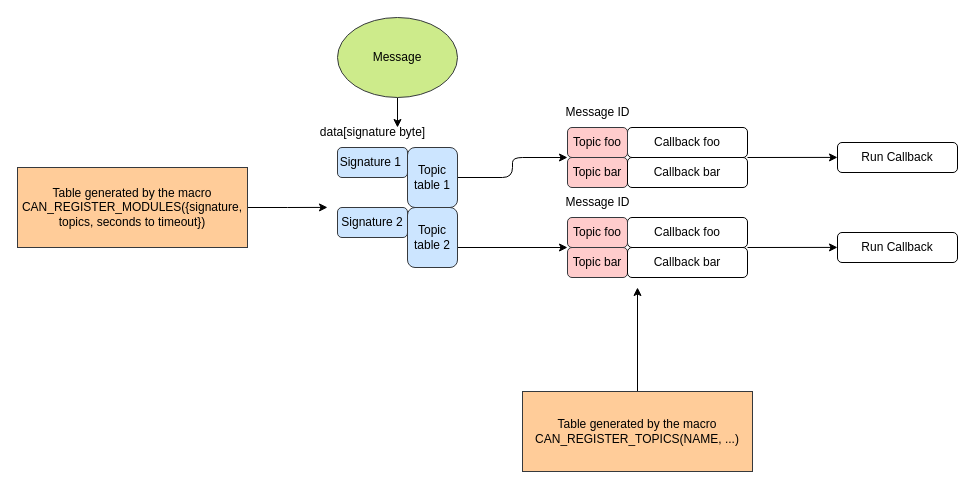
Above: doc/CanParser.drawio in ZeniteSolar/CAN_PARSER (draw.io), before the change. Source tidied: cells renumbered, new cells numbered last; positions are measured from the earlier drawing's top-left corner, leaving out a move shared by most shapes. Both pictures are drawn from the tidied source at 100%, with x=0, y=0 at pixel (17, 17).
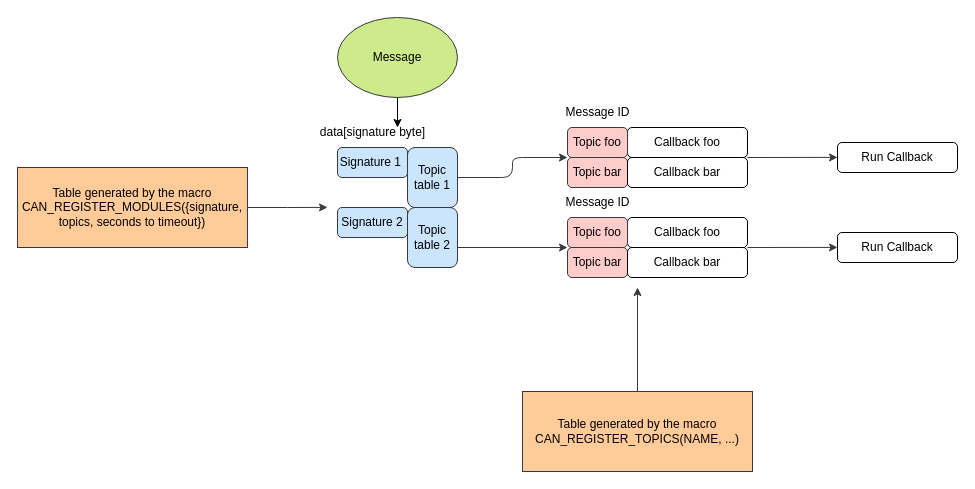
After the change.

Commit message (it also covers changes not shown here):
fix arrow colors of the diagram, for better look in dark themes

The change refers to these unchanged cells:
```xml
<mxCell id="7" value="&lt;div&gt;Table generated by the macro&lt;/div&gt;&lt;div&gt;CAN_REGISTER_MODULES({signature, topics, seconds to timeout})&lt;/div&gt;" style="rounded=0;whiteSpace=wrap;html=1;fillColor=#ffcc99;strokeColor=#36393d;" parent="1" vertex="1">
  <mxGeometry y="150" width="230" height="80" as="geometry" />
</mxCell>
<mxCell id="10" value="&lt;div&gt;Table generated by the macro&lt;/div&gt;CAN_REGISTER_TOPICS(NAME, ...) " style="rounded=0;whiteSpace=wrap;html=1;fillColor=#ffcc99;strokeColor=#36393d;" parent="1" vertex="1">
  <mxGeometry x="505" y="374" width="230" height="80" as="geometry" />
</mxCell>
<mxCell id="13" value="Callback bar" style="rounded=1;whiteSpace=wrap;html=1;" parent="1" vertex="1">
  <mxGeometry x="610" y="230" width="120" height="30" as="geometry" />
</mxCell>
<mxCell id="18" value="Topic table 1" style="rounded=1;whiteSpace=wrap;html=1;fillColor=#cce5ff;strokeColor=#36393d;" parent="1" vertex="1">
  <mxGeometry x="390" y="130" width="50" height="60" as="geometry" />
</mxCell>
<mxCell id="20" value="Topic foo" style="rounded=1;whiteSpace=wrap;html=1;fillColor=#ffcccc;strokeColor=#36393d;" parent="1" vertex="1">
  <mxGeometry x="550" y="200" width="60" height="30" as="geometry" />
</mxCell>
<mxCell id="25" value="Callback bar" style="rounded=1;whiteSpace=wrap;html=1;" parent="1" vertex="1">
  <mxGeometry x="610" y="140" width="120" height="30" as="geometry" />
</mxCell>
<mxCell id="27" value="Topic foo" style="rounded=1;whiteSpace=wrap;html=1;fillColor=#ffcccc;strokeColor=#36393d;" parent="1" vertex="1">
  <mxGeometry x="550" y="110" width="60" height="30" as="geometry" />
</mxCell>
```

Diff of the diagram source:
```diff
@@
-    <mxCell id="5" style="edgeStyle=orthogonalEdgeStyle;rounded=0;jettySize=auto;html=1;exitX=1;exitY=0.5;exitDx=0;exitDy=0;entryX=0;entryY=1;entryDx=0;entryDy=0;" parent="1" edge="1" target="20">
+    <mxCell id="5" style="edgeStyle=orthogonalEdgeStyle;rounded=0;jettySize=auto;html=1;exitX=1;exitY=0.5;exitDx=0;exitDy=0;entryX=0;entryY=1;entryDx=0;entryDy=0;fillColor=#cdeb8b;strokeColor=#36393d;" parent="1" edge="1" target="20">
       <mxGeometry relative="1" as="geometry">
         <mxPoint x="440" y="205" as="sourcePoint" />
         <Array as="points">
           <mxPoint x="440" y="230" />
         </Array>
       </mxGeometry>
     </mxCell>
-    <mxCell id="6" style="edgeStyle=orthogonalEdgeStyle;rounded=0;jettySize=auto;html=1;exitX=1;exitY=0.5;exitDx=0;exitDy=0;" parent="1" edge="1" source="7">
+    <mxCell id="6" style="edgeStyle=orthogonalEdgeStyle;rounded=0;jettySize=auto;html=1;exitX=1;exitY=0.5;exitDx=0;exitDy=0;fillColor=#cdeb8b;strokeColor=#36393d;" parent="1" edge="1" source="7">
       <mxGeometry relative="1" as="geometry">
         <mxPoint x="310" y="189.9" as="targetPoint" />
       </mxGeometry>
     </mxCell>
@@
-    <mxCell id="9" style="edgeStyle=orthogonalEdgeStyle;rounded=0;jettySize=auto;html=1;exitX=0.5;exitY=0;exitDx=0;exitDy=0;" parent="1" edge="1" source="10">
+    <mxCell id="9" style="edgeStyle=orthogonalEdgeStyle;rounded=0;jettySize=auto;html=1;exitX=0.5;exitY=0;exitDx=0;exitDy=0;fillColor=#cdeb8b;strokeColor=#36393d;" parent="1" edge="1" source="10">
       <mxGeometry relative="1" as="geometry">
         <mxPoint x="620" y="270" as="targetPoint" />
       </mxGeometry>
     </mxCell>
@@
-    <mxCell id="12" style="edgeStyle=none;html=1;exitX=1;exitY=0;exitDx=0;exitDy=0;" parent="1" edge="1" source="13">
+    <mxCell id="12" style="edgeStyle=none;html=1;exitX=1;exitY=0;exitDx=0;exitDy=0;fillColor=#cdeb8b;strokeColor=#36393d;" parent="1" edge="1" source="13">
       <mxGeometry relative="1" as="geometry">
         <mxPoint x="820" y="229.9" as="targetPoint" />
       </mxGeometry>
     </mxCell>
@@
-    <mxCell id="17" style="edgeStyle=elbowEdgeStyle;html=1;exitX=1;exitY=0.5;exitDx=0;exitDy=0;entryX=0;entryY=1;entryDx=0;entryDy=0;" parent="1" edge="1" source="18" target="27">
+    <mxCell id="17" style="edgeStyle=elbowEdgeStyle;html=1;exitX=1;exitY=0.5;exitDx=0;exitDy=0;entryX=0;entryY=1;entryDx=0;entryDy=0;fillColor=#cdeb8b;strokeColor=#36393d;" parent="1" edge="1" source="18" target="27">
       <mxGeometry relative="1" as="geometry" />
     </mxCell>
@@
-    <mxCell id="24" style="edgeStyle=none;html=1;exitX=1;exitY=0;exitDx=0;exitDy=0;" parent="1" edge="1" source="25">
+    <mxCell id="24" style="edgeStyle=none;html=1;exitX=1;exitY=0;exitDx=0;exitDy=0;fillColor=#cdeb8b;strokeColor=#36393d;" parent="1" edge="1" source="25">
       <mxGeometry relative="1" as="geometry">
         <mxPoint x="820" y="139.9" as="targetPoint" />
       </mxGeometry>
     </mxCell>
```
